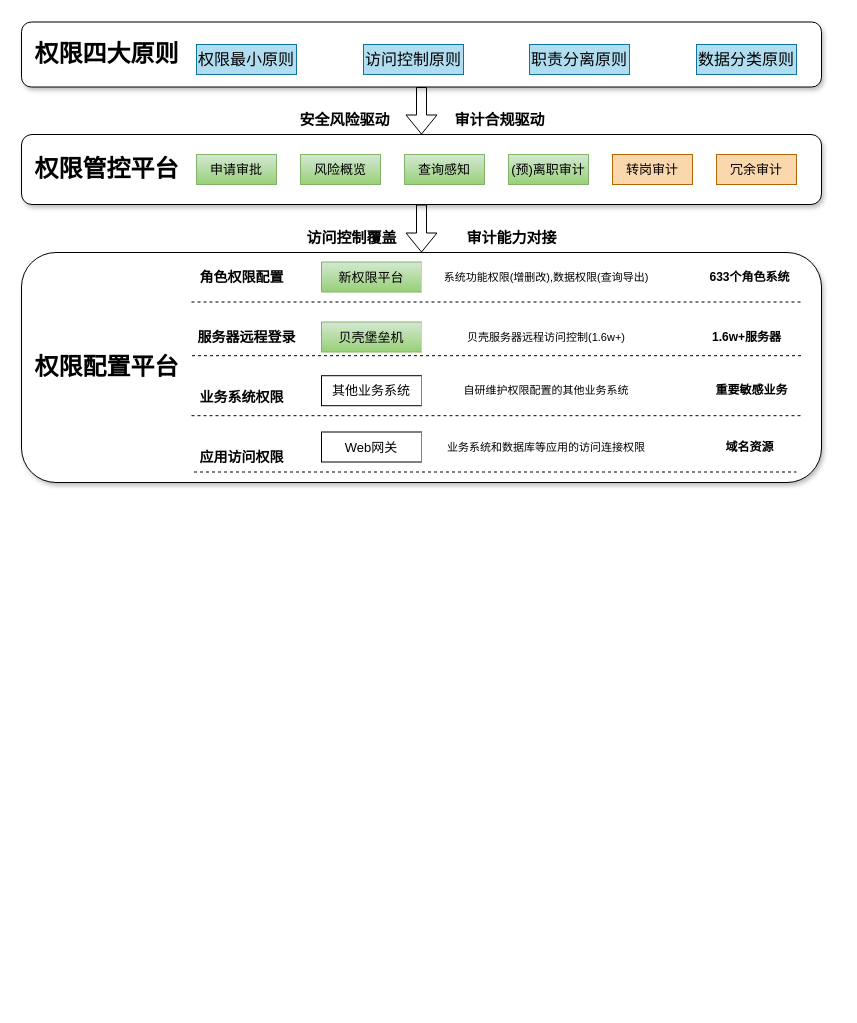
This is page "管控平台" (7 of 13) of 权限审计.drawio from zpxiao-ios/hello-world, a draw.io file, before an edit. Source tidied: cells renumbered, new cells numbered last; positions are measured from the earlier drawing's top-left corner, leaving out a move shared by most shapes. Both pictures are drawn from the tidied source at 100%, with x=0, y=0 at pixel (21, 19).
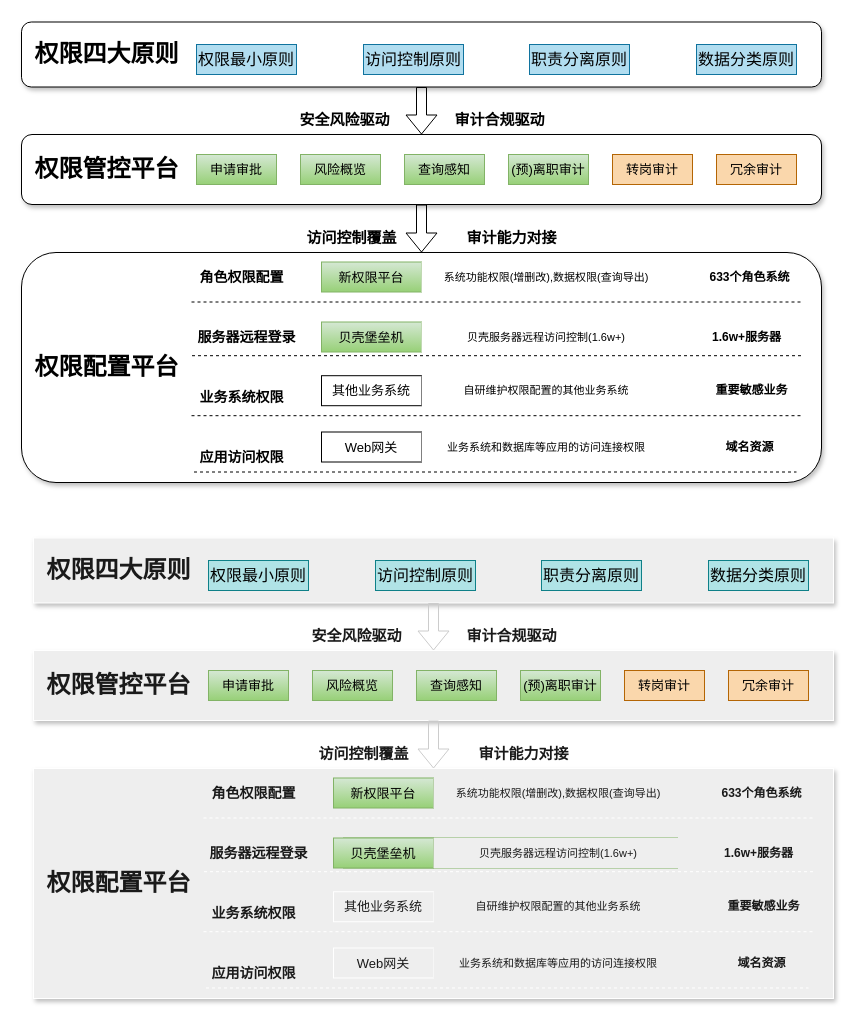
After the change.

Diff of the diagram source:
```diff
@@
+    <mxCell id="47" style="rounded=0;whiteSpace=wrap;html=1;flipH=1;labelBackgroundColor=none;fontSize=11;shadow=1;fillColor=#EEEEEE;strokeColor=#FFFFFF;fontColor=#1A1A1A;" parent="1" vertex="1">
+      <mxGeometry x="12" y="518.5" width="800" height="65" as="geometry" />
+    </mxCell>
+    <mxCell id="48" style="rounded=0;whiteSpace=wrap;html=1;flipH=1;labelBackgroundColor=none;fontSize=11;shadow=1;fillColor=#EEEEEE;strokeColor=#FFFFFF;fontColor=#1A1A1A;" parent="1" vertex="1">
+      <mxGeometry x="12" y="749" width="800" height="230" as="geometry" />
+    </mxCell>
+    <mxCell id="49" style="rounded=0;whiteSpace=wrap;html=1;flipH=1;labelBackgroundColor=none;fontSize=11;shadow=1;fillColor=#EEEEEE;strokeColor=#FFFFFF;fontColor=#1A1A1A;" parent="1" vertex="1">
+      <mxGeometry x="12" y="631" width="800" height="70" as="geometry" />
+    </mxCell>
+    <mxCell id="50" value="&lt;h2&gt;&lt;font style=&quot;font-size: 24px;&quot;&gt;权限配置平台&lt;/font&gt;&lt;/h2&gt;" style="text;align=center;verticalAlign=middle;strokeColor=none;fillColor=none;labelBackgroundColor=none;fontFamily=Helvetica;textShadow=0;labelBorderColor=none;fontColor=#1A1A1A;html=1;rounded=0;" parent="1" vertex="1">
+      <mxGeometry x="12" y="829" width="170" height="70" as="geometry" />
+    </mxCell>
+    <mxCell id="51" value="&lt;h2&gt;&lt;span style=&quot;font-size: 24px;&quot;&gt;&lt;font&gt;权限四大原则&lt;/font&gt;&lt;/span&gt;&lt;/h2&gt;" style="text;html=1;align=center;verticalAlign=middle;strokeColor=none;fillColor=none;labelBackgroundColor=none;rounded=0;shadow=0;fontFamily=Helvetica;textShadow=0;labelBorderColor=none;fontColor=#1A1A1A;" parent="1" vertex="1">
+      <mxGeometry x="12" y="516" width="170" height="70" as="geometry" />
+    </mxCell>
+    <mxCell id="52" value="&lt;font style=&quot;font-size: 16px;&quot;&gt;职责分离原则&lt;/font&gt;" style="rounded=0;whiteSpace=wrap;html=1;flipH=0;labelBackgroundColor=none;fontSize=16;fillColor=#b0e3e6;strokeColor=#0e8088;" parent="1" vertex="1">
+      <mxGeometry x="520" y="541" width="100" height="30" as="geometry" />
+    </mxCell>
+    <mxCell id="53" value="&lt;font style=&quot;font-size: 16px;&quot;&gt;数据分类原则&lt;/font&gt;" style="rounded=0;whiteSpace=wrap;html=1;flipH=0;labelBackgroundColor=none;fontSize=16;fillColor=#b0e3e6;strokeColor=#0e8088;" parent="1" vertex="1">
+      <mxGeometry x="687" y="541" width="100" height="30" as="geometry" />
+    </mxCell>
+    <mxCell id="54" value="访问控制原则" style="rounded=0;whiteSpace=wrap;html=1;flipH=0;labelBackgroundColor=none;fontSize=16;fillColor=#b0e3e6;strokeColor=#0e8088;" parent="1" vertex="1">
+      <mxGeometry x="354" y="541" width="100" height="30" as="geometry" />
+    </mxCell>
+    <mxCell id="55" value="权限最小原则" style="rounded=0;whiteSpace=wrap;html=1;flipH=0;labelBackgroundColor=none;fontSize=16;fillColor=#b0e3e6;strokeColor=#0e8088;" parent="1" vertex="1">
+      <mxGeometry x="187" y="541" width="100" height="30" as="geometry" />
+    </mxCell>
+    <mxCell id="56" value="&lt;h2&gt;&lt;span style=&quot;font-size: 24px;&quot;&gt;权限管控平台&lt;/span&gt;&lt;/h2&gt;" style="text;html=1;align=center;verticalAlign=middle;strokeColor=none;fillColor=none;labelBackgroundColor=none;rounded=0;shadow=0;fontFamily=Helvetica;textShadow=0;labelBorderColor=none;fontColor=#1A1A1A;" parent="1" vertex="1">
+      <mxGeometry x="12" y="631" width="170" height="70" as="geometry" />
+    </mxCell>
+    <mxCell id="57" value="冗余审计" style="rounded=0;whiteSpace=wrap;html=1;flipH=1;labelBackgroundColor=none;fontSize=13;fillColor=#fad7ac;strokeColor=#b46504;" parent="1" vertex="1">
+      <mxGeometry x="707" y="651" width="80" height="30" as="geometry" />
+    </mxCell>
+    <mxCell id="58" value="风险概览" style="rounded=0;whiteSpace=wrap;html=1;flipH=1;labelBackgroundColor=none;fontSize=13;fillColor=#d5e8d4;strokeColor=#82b366;gradientColor=#97d077;" parent="1" vertex="1">
+      <mxGeometry x="291" y="651" width="80" height="30" as="geometry" />
+    </mxCell>
+    <mxCell id="59" value="申请审批" style="rounded=0;whiteSpace=wrap;html=1;flipH=1;labelBackgroundColor=none;fontSize=13;fillColor=#d5e8d4;strokeColor=#82b366;gradientColor=#97d077;" parent="1" vertex="1">
+      <mxGeometry x="187" y="651" width="80" height="30" as="geometry" />
+    </mxCell>
+    <mxCell id="60" value="查询感知" style="rounded=0;whiteSpace=wrap;html=1;flipH=1;labelBackgroundColor=none;fontSize=13;fillColor=#d5e8d4;strokeColor=#82b366;gradientColor=#97d077;" parent="1" vertex="1">
+      <mxGeometry x="395" y="651" width="80" height="30" as="geometry" />
+    </mxCell>
+    <mxCell id="61" value="转岗审计" style="rounded=0;whiteSpace=wrap;html=1;flipH=1;labelBackgroundColor=none;fontSize=13;fillColor=#fad7ac;strokeColor=#b46504;" parent="1" vertex="1">
+      <mxGeometry x="603" y="651" width="80" height="30" as="geometry" />
+    </mxCell>
+    <mxCell id="62" value="(预)离职审计" style="rounded=0;whiteSpace=wrap;html=1;flipH=1;labelBackgroundColor=none;fontSize=13;fillColor=#d5e8d4;strokeColor=#82b366;gradientColor=#97d077;" parent="1" vertex="1">
+      <mxGeometry x="499" y="651" width="80" height="30" as="geometry" />
+    </mxCell>
+    <mxCell id="63" style="endArrow=none;dashed=1;html=1;rounded=0;labelBackgroundColor=none;strokeColor=#FFFFFF;fontColor=default;" parent="1" edge="1">
+      <mxGeometry relative="1" as="geometry">
+        <mxPoint x="182" y="798.5" as="sourcePoint" />
+        <mxPoint x="792" y="798.5" as="targetPoint" />
+      </mxGeometry>
+    </mxCell>
+    <mxCell id="64" value="角色权限配置" style="text;html=1;align=center;verticalAlign=middle;strokeColor=none;fillColor=none;fontSize=14;fontStyle=1;labelBackgroundColor=none;fontColor=#1A1A1A;rounded=0;" parent="1" vertex="1">
+      <mxGeometry x="177" y="758.5" width="110" height="30" as="geometry" />
+    </mxCell>
+    <mxCell id="65" value="633个角色系统" style="text;html=1;align=center;verticalAlign=middle;strokeColor=none;fillColor=none;fontStyle=1;labelBackgroundColor=none;fontColor=#1A1A1A;rounded=0;" parent="1" vertex="1">
+      <mxGeometry x="690" y="758.5" width="100" height="30" as="geometry" />
+    </mxCell>
+    <mxCell id="66" style="endArrow=none;dashed=1;html=1;rounded=0;labelBackgroundColor=none;strokeColor=#FFFFFF;fontColor=default;" parent="1" edge="1">
+      <mxGeometry relative="1" as="geometry">
+        <mxPoint x="182" y="912.2" as="sourcePoint" />
+        <mxPoint x="792" y="912.2" as="targetPoint" />
+      </mxGeometry>
+    </mxCell>
+    <mxCell id="67" value="业务系统权限" style="text;html=1;align=center;verticalAlign=middle;strokeColor=none;fillColor=none;fontSize=14;fontStyle=1;labelBackgroundColor=none;fontColor=#1A1A1A;rounded=0;" parent="1" vertex="1">
+      <mxGeometry x="177" y="878.5" width="110" height="30" as="geometry" />
+    </mxCell>
+    <mxCell id="68" value="重要敏感业务" style="text;html=1;align=center;verticalAlign=middle;strokeColor=none;fillColor=none;fontStyle=1;labelBackgroundColor=none;fontColor=#1A1A1A;rounded=0;" parent="1" vertex="1">
+      <mxGeometry x="692" y="872.2" width="100" height="30" as="geometry" />
+    </mxCell>
+    <mxCell id="69" value="Web网关" style="rounded=0;whiteSpace=wrap;html=1;flipH=0;labelBackgroundColor=none;fontSize=13;fillColor=#EEEEEE;strokeColor=#FFFFFF;fontColor=#1A1A1A;" parent="1" vertex="1">
+      <mxGeometry x="312" y="928.5" width="100" height="30" as="geometry" />
+    </mxCell>
+    <mxCell id="70" value="应用访问权限" style="text;html=1;align=center;verticalAlign=middle;strokeColor=none;fillColor=none;fontSize=14;fontStyle=1;labelBackgroundColor=none;fontColor=#1A1A1A;rounded=0;" parent="1" vertex="1">
+      <mxGeometry x="177" y="938.5" width="110" height="30" as="geometry" />
+    </mxCell>
+    <mxCell id="71" value="业务系统和数据库等应用的访问连接权限" style="rounded=0;whiteSpace=wrap;html=1;flipH=0;labelBackgroundColor=none;fontSize=11;strokeColor=none;fillColor=#EEEEEE;fontColor=#1A1A1A;" parent="1" vertex="1">
+      <mxGeometry x="412" y="928.5" width="250" height="30" as="geometry" />
+    </mxCell>
+    <mxCell id="72" value="域名资源" style="text;html=1;align=center;verticalAlign=middle;strokeColor=none;fillColor=none;fontStyle=1;labelBackgroundColor=none;fontColor=#1A1A1A;rounded=0;" parent="1" vertex="1">
+      <mxGeometry x="707" y="930.5" width="66" height="26" as="geometry" />
+    </mxCell>
+    <mxCell id="73" style="group;labelBackgroundColor=none;fontColor=#1A1A1A;rounded=0;" parent="1" vertex="1">
+      <mxGeometry x="322" y="758.5" width="340" height="30" as="geometry" />
+    </mxCell>
+    <mxCell id="74" value="新权限平台" style="rounded=0;whiteSpace=wrap;html=1;flipH=0;labelBackgroundColor=none;fontSize=13;fillColor=#d5e8d4;strokeColor=#82b366;gradientColor=#97d077;" parent="73" vertex="1">
+      <mxGeometry x="-10" width="100" height="30" as="geometry" />
+    </mxCell>
+    <mxCell id="75" value="系统功能权限(增删改),数据权限(查询导出)" style="rounded=0;whiteSpace=wrap;html=1;flipH=0;labelBackgroundColor=none;fontSize=11;strokeColor=none;fillColor=#EEEEEE;fontColor=#1A1A1A;" parent="73" vertex="1">
+      <mxGeometry x="90" width="250" height="30" as="geometry" />
+    </mxCell>
+    <mxCell id="76" style="group;labelBackgroundColor=none;fontColor=#1A1A1A;rounded=0;" parent="1" vertex="1">
+      <mxGeometry x="322" y="872.2" width="340" height="30" as="geometry" />
+    </mxCell>
+    <mxCell id="77" value="其他业务系统" style="rounded=0;whiteSpace=wrap;html=1;flipH=0;labelBackgroundColor=none;fontSize=13;fillColor=#EEEEEE;strokeColor=#FFFFFF;fontColor=#1A1A1A;" parent="76" vertex="1">
+      <mxGeometry x="-10" width="100" height="30" as="geometry" />
+    </mxCell>
+    <mxCell id="78" value="自研维护权限配置的其他业务系统" style="rounded=0;whiteSpace=wrap;html=1;flipH=0;labelBackgroundColor=none;fontSize=11;strokeColor=none;fillColor=#EEEEEE;fontColor=#1A1A1A;" parent="76" vertex="1">
+      <mxGeometry x="90" width="250" height="30" as="geometry" />
+    </mxCell>
+    <mxCell id="79" style="endArrow=none;dashed=1;html=1;rounded=0;strokeColor=#FFFFFF;labelBackgroundColor=none;fontColor=default;" parent="1" edge="1">
+      <mxGeometry relative="1" as="geometry">
+        <mxPoint x="182.5" y="852.2" as="sourcePoint" />
+        <mxPoint x="792" y="852.2" as="targetPoint" />
+      </mxGeometry>
+    </mxCell>
+    <mxCell id="80" value="服务器远程登录" style="text;html=1;align=center;verticalAlign=middle;strokeColor=none;fillColor=none;fontSize=14;fontStyle=1;labelBackgroundColor=none;fontColor=#1A1A1A;rounded=0;" parent="1" vertex="1">
+      <mxGeometry x="177" y="818.5" width="120" height="30" as="geometry" />
+    </mxCell>
+    <mxCell id="81" value="1.6w+服务器" style="text;html=1;align=center;verticalAlign=middle;strokeColor=none;fillColor=none;fontStyle=1;labelBackgroundColor=none;fontColor=#1A1A1A;rounded=0;" parent="1" vertex="1">
+      <mxGeometry x="692" y="818.5" width="90" height="30" as="geometry" />
+    </mxCell>
+    <mxCell id="82" style="group;labelBackgroundColor=none;rounded=0;fillColor=#d5e8d4;gradientColor=#97d077;strokeColor=#82b366;" parent="1" vertex="1">
+      <mxGeometry x="322" y="818.5" width="334" height="30" as="geometry" />
+    </mxCell>
+    <mxCell id="83" value="贝壳堡垒机" style="rounded=0;whiteSpace=wrap;html=1;flipH=0;labelBackgroundColor=none;fontSize=13;fillColor=#d5e8d4;strokeColor=#82b366;gradientColor=#97d077;" parent="82" vertex="1">
+      <mxGeometry x="-10" width="100" height="30" as="geometry" />
+    </mxCell>
+    <mxCell id="84" value="贝壳服务器远程访问控制(1.6w+)" style="rounded=0;whiteSpace=wrap;html=1;flipH=0;labelBackgroundColor=none;fontSize=11;strokeColor=none;fillColor=#EEEEEE;fontColor=#1A1A1A;" parent="82" vertex="1">
+      <mxGeometry x="90" width="250" height="30" as="geometry" />
+    </mxCell>
+    <mxCell id="85" style="endArrow=none;dashed=1;html=1;rounded=0;labelBackgroundColor=none;strokeColor=#FFFFFF;fontColor=default;" parent="1" edge="1">
+      <mxGeometry relative="1" as="geometry">
+        <mxPoint x="184.5" y="968.5" as="sourcePoint" />
+        <mxPoint x="787" y="968.5" as="targetPoint" />
+      </mxGeometry>
+    </mxCell>
+    <mxCell id="86" style="shape=flexArrow;endArrow=classic;html=1;rounded=0;labelBackgroundColor=none;strokeColor=#CCCCCC;fontColor=default;" parent="1" edge="1" source="47" target="49">
+      <mxGeometry relative="1" as="geometry" />
+    </mxCell>
+    <mxCell id="87" value="安全风险驱动" style="text;html=1;align=center;verticalAlign=middle;strokeColor=none;fillColor=none;fontSize=15;fontStyle=1;labelBackgroundColor=none;fontColor=#1A1A1A;rounded=0;" parent="1" vertex="1">
+      <mxGeometry x="279.5" y="601" width="110" height="30" as="geometry" />
+    </mxCell>
+    <mxCell id="88" value="审计合规驱动" style="text;html=1;align=center;verticalAlign=middle;strokeColor=none;fillColor=none;fontSize=15;fontStyle=1;labelBackgroundColor=none;fontColor=#1A1A1A;rounded=0;" parent="1" vertex="1">
+      <mxGeometry x="434.5" y="601" width="110" height="30" as="geometry" />
+    </mxCell>
+    <mxCell id="89" style="shape=flexArrow;endArrow=classic;html=1;rounded=0;entryX=0.5;entryY=0;entryDx=0;entryDy=0;exitX=0.5;exitY=1;exitDx=0;exitDy=0;labelBackgroundColor=none;strokeColor=#CCCCCC;fontColor=default;" parent="1" edge="1" source="49" target="48">
+      <mxGeometry relative="1" as="geometry" />
+    </mxCell>
+    <mxCell id="90" value="访问控制覆盖" style="text;html=1;align=center;verticalAlign=middle;strokeColor=none;fillColor=none;fontSize=15;fontStyle=1;labelBackgroundColor=none;fontColor=#1A1A1A;rounded=0;" parent="1" vertex="1">
+      <mxGeometry x="287" y="719" width="110" height="30" as="geometry" />
+    </mxCell>
+    <mxCell id="91" value="审计能力对接" style="text;html=1;align=center;verticalAlign=middle;strokeColor=none;fillColor=none;fontSize=15;fontStyle=1;labelBackgroundColor=none;fontColor=#1A1A1A;rounded=0;" parent="1" vertex="1">
+      <mxGeometry x="447" y="719" width="110" height="30" as="geometry" />
+    </mxCell>
```
